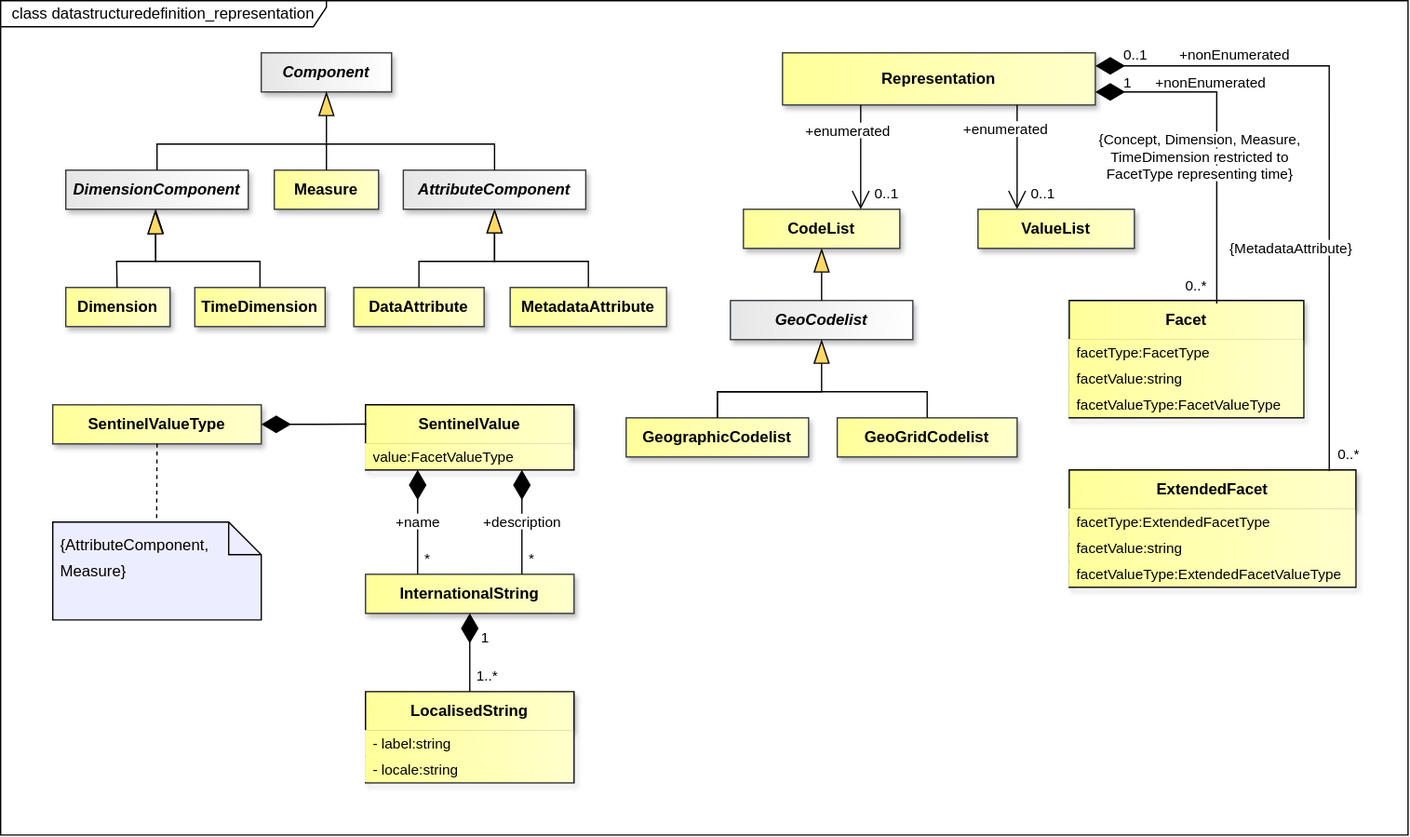
sdmx-twg/sdmx-im keeps this draw.io diagram as docs/information_model/media/sdmx_datastructure-datastructuredefinition_representation.svg. Above is the earlier version. Source tidied: cells renumbered, new cells last; positions are measured from the earlier drawing's top-left corner, leaving out a move shared by most shapes.
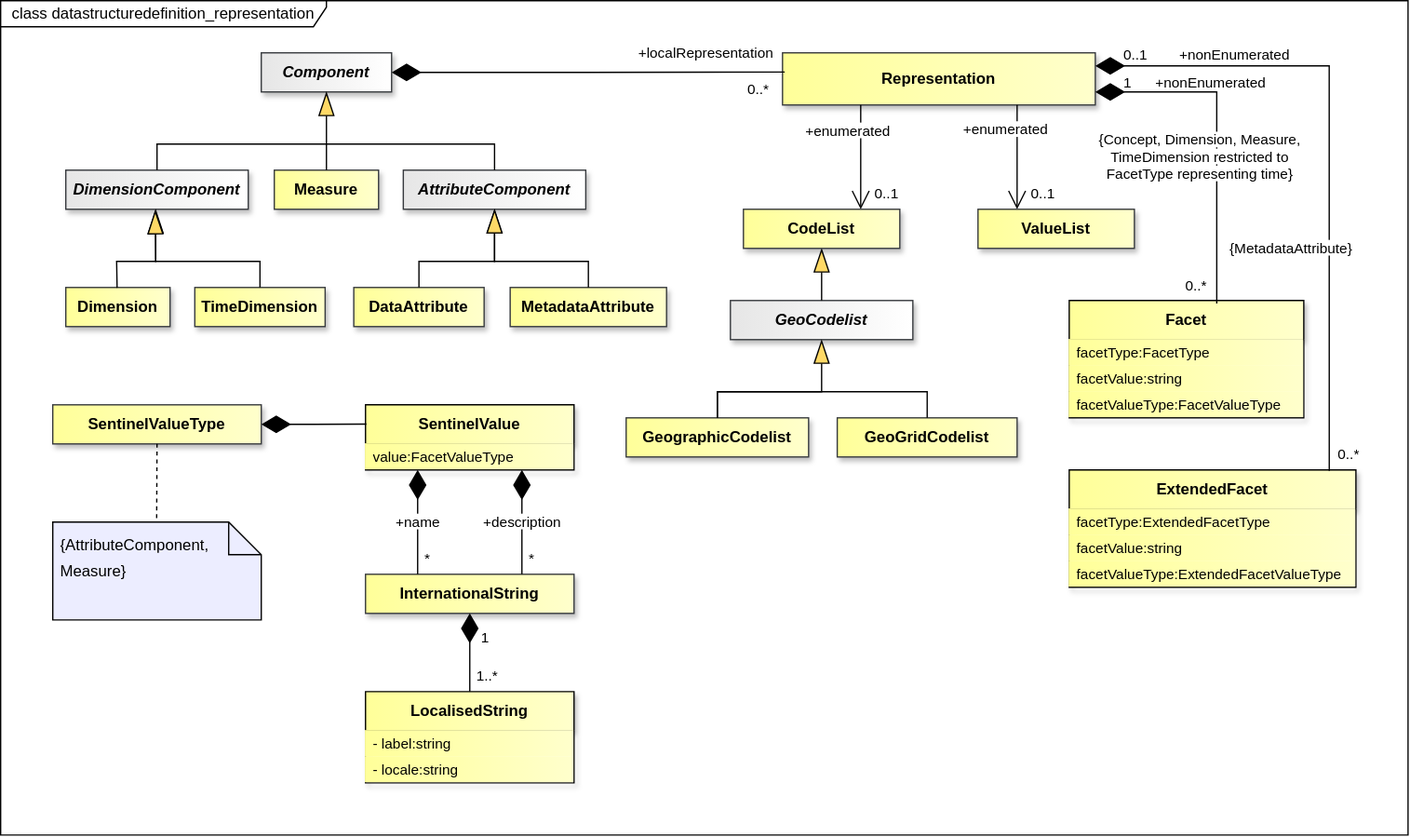
The same diagram one commit later.

The edit, as a diff of the source:
```diff
@@ -303,5 +303,13 @@
     <mxCell id="81" value="&amp;nbsp;&amp;nbsp;" style="text;html=1;strokeColor=none;fillColor=none;align=left;verticalAlign=middle;spacingLeft=4;spacingRight=4;overflow=hidden;points=[[0,0.5],[1,0.5]];portConstraint=eastwest;whiteSpace=wrap;fontColor=light-dark(#000000,#000000);" parent="78" vertex="1">
       <mxGeometry y="50" width="160" height="25" as="geometry" />
     </mxCell>
+    <mxCell id="82" value="&lt;span style=&quot;background-color: rgb(255, 255, 255);&quot;&gt;+localRepresentation&lt;/span&gt;" style="endArrow=none;html=1;endSize=12;startArrow=diamondThin;startSize=20;startFill=1;edgeStyle=orthogonalEdgeStyle;rounded=0;endFill=0;strokeColor=light-dark(#000000,#FFFFFF);fontColor=light-dark(#000000,#FFFFFF);labelBackgroundColor=none;exitX=1;exitY=0.5;exitDx=0;exitDy=0;entryX=0.007;entryY=0.369;entryDx=0;entryDy=0;entryPerimeter=0;" parent="1" edge="1" source="21" target="43">
+      <mxGeometry x="0.6" y="15" relative="1" as="geometry" />
+    </mxCell>
+    <mxCell id="83" value="0..*" style="edgeLabel;html=1;align=right;verticalAlign=top;labelBackgroundColor=none;fontColor=light-dark(#000000,#FFFFFF);" parent="82" vertex="1">
+      <mxGeometry x="1" relative="1" as="geometry">
+        <mxPoint x="-12" as="offset" />
+      </mxGeometry>
+    </mxCell>
   </root>
 </mxGraphModel>
```
